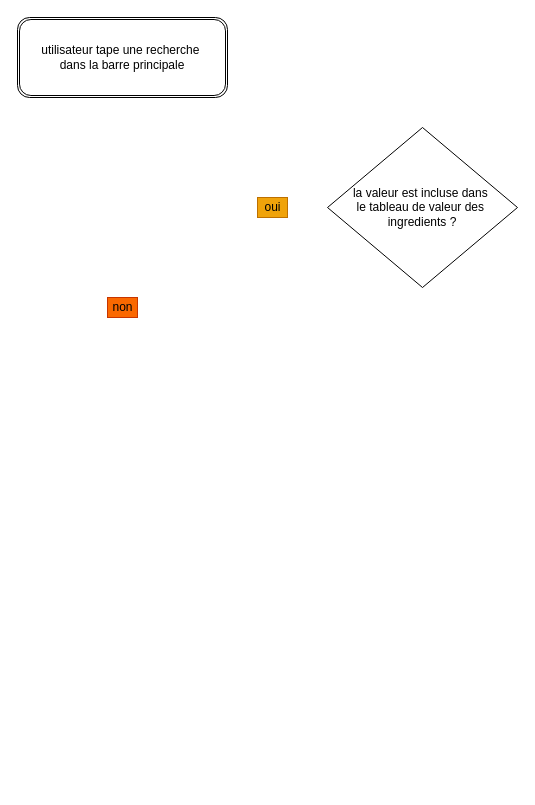
Earlier version of the draw.io diagram algo2.drawio (jeremybosqui/Projet7_Algo). Source tidied: cells renumbered, new cells numbered last; positions are measured from the earlier drawing's top-left corner, leaving out a move shared by most shapes. Both pictures are drawn from the tidied source at 100%, with x=0, y=0 at pixel (17, 17).
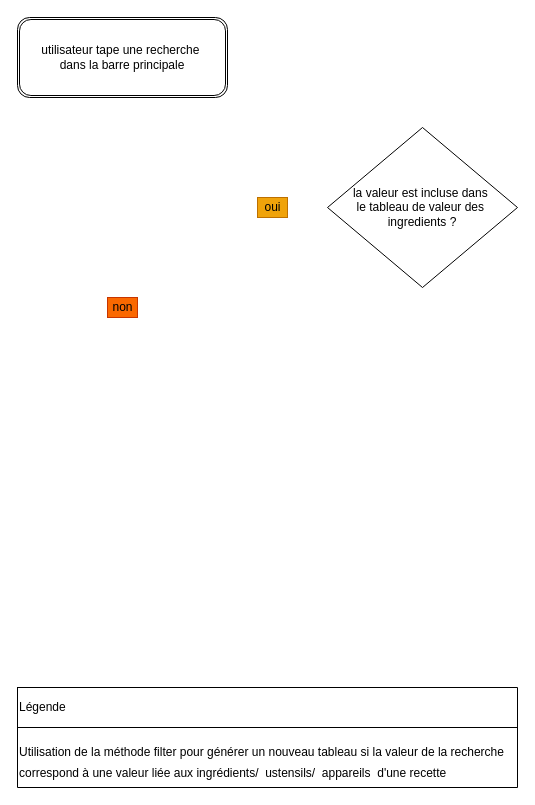
After the change.

Commit message (it also covers changes not shown here):
algo1 add legende

Change to the diagram source:
```diff
@@
 <mxGraphModel>
   <root>
     <mxCell id="0" />
     <mxCell id="1" parent="0" />
     <mxCell id="2" value="utilisateur tape une recherche&amp;nbsp; &lt;br&gt;dans la barre principale" style="shape=ext;double=1;rounded=1;whiteSpace=wrap;html=1;" parent="1" vertex="1">
       <mxGeometry width="210" height="80" as="geometry" />
     </mxCell>
     <mxCell id="3" value="la valeur est incluse dans&amp;nbsp;&lt;br&gt;le tableau de valeur des&amp;nbsp; ingredients ?" style="rhombus;whiteSpace=wrap;html=1;rotation=0;" parent="1" vertex="1">
       <mxGeometry x="310" y="110" width="190" height="160" as="geometry" />
     </mxCell>
     <mxCell id="4" value="oui" style="text;html=1;align=center;verticalAlign=middle;strokeColor=#BD7000;fillColor=#f0a30a;sketch=0;shadow=0;fontColor=#000000;" parent="1" vertex="1">
       <mxGeometry x="240" y="180" width="30" height="20" as="geometry" />
     </mxCell>
     <mxCell id="5" value="non" style="text;html=1;align=center;verticalAlign=middle;strokeColor=#C73500;fillColor=#fa6800;sketch=0;shadow=0;fontColor=#000000;" parent="1" vertex="1">
       <mxGeometry x="90" y="280" width="30" height="20" as="geometry" />
     </mxCell>
+    <mxCell id="6" style="shape=table;startSize=0;childLayout=tableLayout;" parent="1" vertex="1">
+      <mxGeometry y="670" width="500" height="100" as="geometry" />
+    </mxCell>
+    <mxCell id="7" style="shape=partialRectangle;fillColor=none;top=0;left=0;bottom=0;right=0;" parent="6" vertex="1">
+      <mxGeometry width="500" height="40" as="geometry" />
+    </mxCell>
+    <mxCell id="8" value="Légende&lt;span style=&quot;white-space: pre&quot;&gt;&#9;&lt;/span&gt;&lt;span style=&quot;white-space: pre&quot;&gt;&#9;&lt;/span&gt;" style="shape=partialRectangle;html=1;whiteSpace=wrap;overflow=hidden;fillColor=none;top=0;left=0;bottom=0;right=0;align=left;" parent="7" vertex="1">
+      <mxGeometry width="500" height="40" as="geometry" />
+    </mxCell>
+    <mxCell id="9" style="shape=partialRectangle;fillColor=none;top=0;left=0;bottom=0;right=0;" parent="6" vertex="1">
+      <mxGeometry y="40" width="500" height="60" as="geometry" />
+    </mxCell>
+    <mxCell id="10" value="&lt;p style=&quot;line-height: 1.8&quot;&gt;Utilisation de la méthode filter pour générer un nouveau tableau si la valeur de la recherche&lt;br&gt;correspond à une valeur liée aux ingrédients/&amp;nbsp; ustensils/&amp;nbsp; appareils&amp;nbsp; d'une recette&lt;/p&gt;" style="shape=partialRectangle;html=1;whiteSpace=wrap;overflow=hidden;fillColor=none;top=0;left=0;bottom=0;right=0;align=left;" parent="9" vertex="1">
+      <mxGeometry width="500" height="60" as="geometry" />
+    </mxCell>
   </root>
 </mxGraphModel>
```
